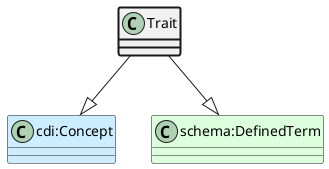
Earlier version of the PlantUML export ttl_uml/ttl_appn_Trait.png (aus-plant-phenomics-network/appn-schema).
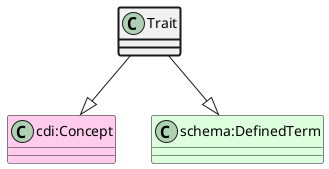
After the change.

What changed in the source:
```diff
@@ -1,6 +1,6 @@
 @startuml
 class Trait  #line.bold
-class "cdi:Concept" #CCEEFF
+class "cdi:Concept" #FFCCEE
 Trait --|> "cdi:Concept"
 class "schema:DefinedTerm" #DDFFDD
 Trait --|> "schema:DefinedTerm"
```
